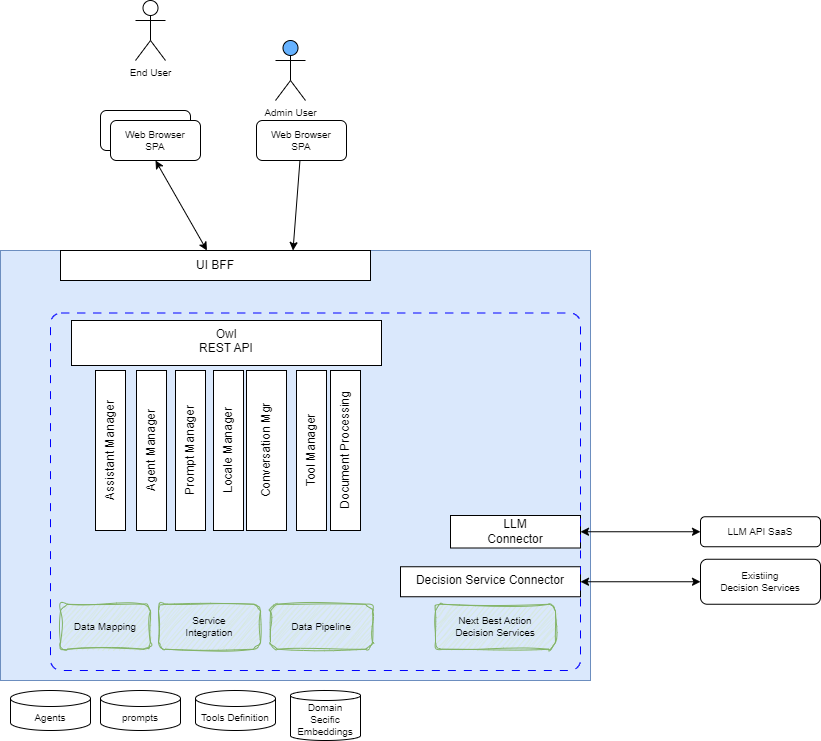
AthenaDecisionSystems/athena-owl-core keeps this draw.io diagram as docs/diagrams/component_view.drawio.png. Above is the earlier version. Source tidied: cells renumbered, new cells last; positions are measured from the earlier drawing's top-left corner, leaving out a move shared by most shapes.
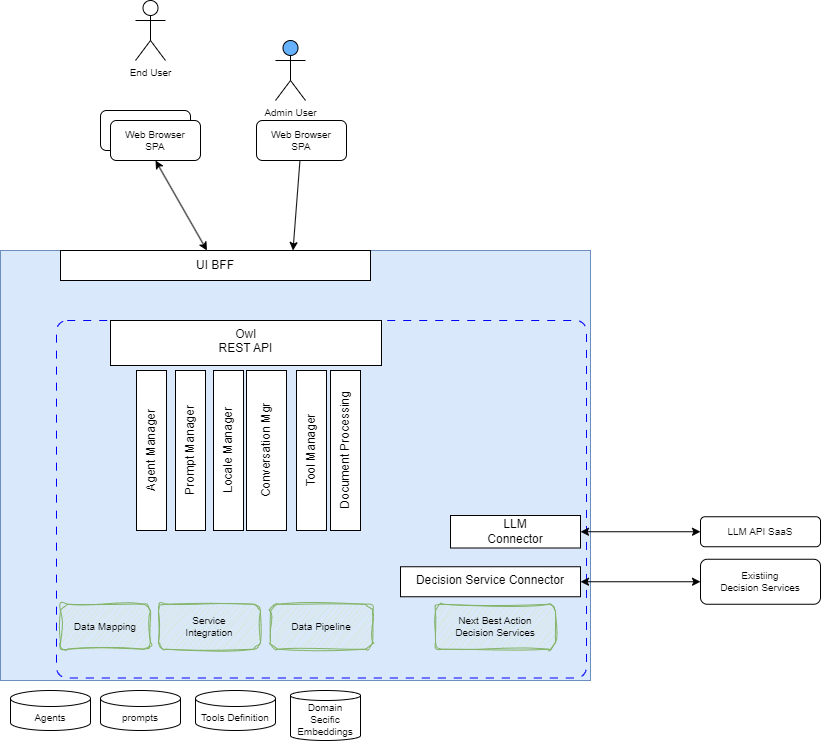
Later version of the same file.

Commit message:
update arch doc to remove assistant. Tune tests

Diff of the diagram source:
```diff
@@ -5,6 +5,9 @@
     <mxCell id="2" style="rounded=0;whiteSpace=wrap;html=1;fillColor=#dae8fc;strokeColor=#6c8ebf;" parent="1" vertex="1">
       <mxGeometry y="250" width="590" height="430" as="geometry" />
     </mxCell>
+    <mxCell id="33" style="rounded=1;whiteSpace=wrap;html=1;dashed=1;dashPattern=8 8;strokeColor=#0000FF;fillColor=none;arcSize=3;" parent="1" vertex="1">
+      <mxGeometry x="56" y="320" width="530" height="357.5" as="geometry" />
+    </mxCell>
     <mxCell id="3" style="edgeStyle=none;html=1;entryX=0;entryY=0.5;entryDx=0;entryDy=0;fontSize=10;startArrow=classic;startFill=1;" parent="1" edge="1" source="4" target="17">
       <mxGeometry relative="1" as="geometry" />
     </mxCell>
@@ -15,7 +18,7 @@
       <mxGeometry x="60" y="250" width="310" height="30" as="geometry" />
     </mxCell>
     <mxCell id="6" value="Owl &lt;br&gt;REST API" style="rounded=0;whiteSpace=wrap;html=1;verticalAlign=top;" parent="1" vertex="1">
-      <mxGeometry x="71" y="320" width="310" height="45" as="geometry" />
+      <mxGeometry x="110" y="320" width="271" height="45" as="geometry" />
     </mxCell>
     <mxCell id="7" style="edgeStyle=none;html=1;fontSize=10;startArrow=classic;startFill=1;" parent="1" edge="1" source="8" target="18">
       <mxGeometry relative="1" as="geometry" />
@@ -92,11 +95,5 @@
     <mxCell id="31" value="Locale Manager" style="rounded=0;whiteSpace=wrap;html=1;rotation=-90;" parent="1" vertex="1">
       <mxGeometry x="148" y="435" width="160" height="30" as="geometry" />
     </mxCell>
-    <mxCell id="32" value="Assistant Manager" style="rounded=0;whiteSpace=wrap;html=1;rotation=-90;" parent="1" vertex="1">
-      <mxGeometry x="30" y="435" width="160" height="30" as="geometry" />
-    </mxCell>
-    <mxCell id="33" style="rounded=1;whiteSpace=wrap;html=1;dashed=1;dashPattern=8 8;strokeColor=#0000FF;fillColor=none;arcSize=3;" parent="1" vertex="1">
-      <mxGeometry x="50" y="312.5" width="530" height="357.5" as="geometry" />
-    </mxCell>
   </root>
 </mxGraphModel>
```
